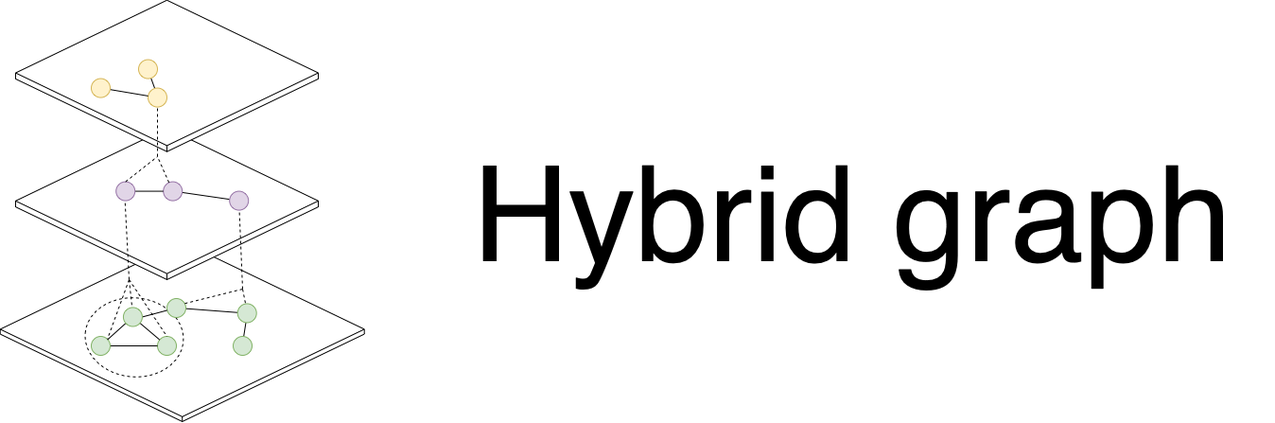
Zehui127/hybrid-graph-benchmark keeps this draw.io diagram as img/title.png. Above is the earlier version. Source tidied: cells renumbered, new cells last; positions are measured from the earlier drawing's top-left corner, leaving out a move shared by most shapes.
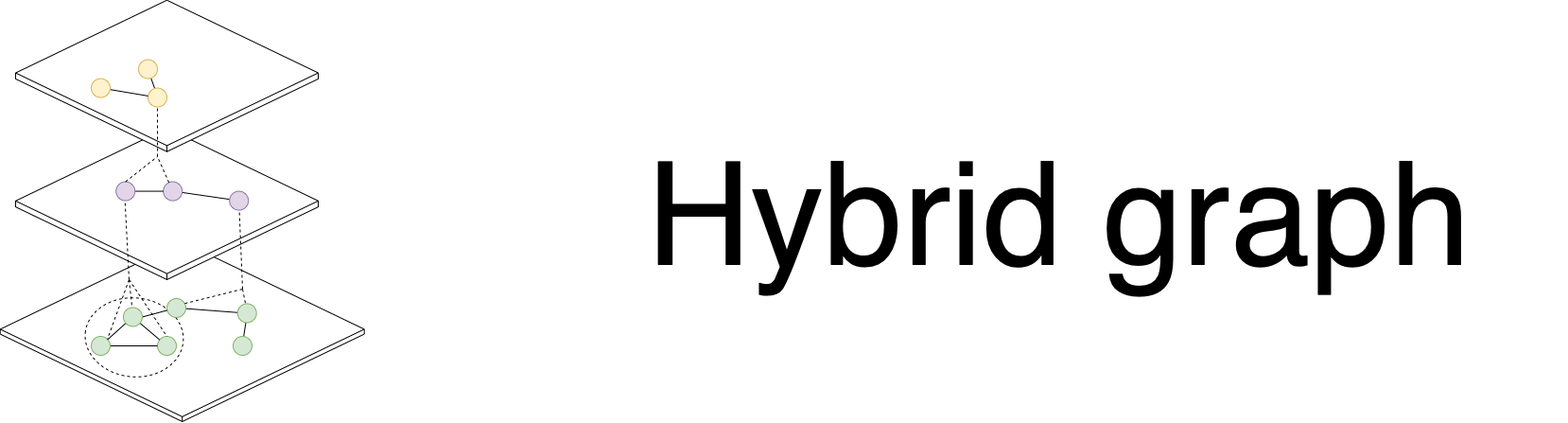
The same diagram one commit later.

Diff of the diagram source:
```diff
@@ -65,8 +65,8 @@
     <mxCell id="22" style="ellipse;whiteSpace=wrap;html=1;fillColor=#e1d5e7;strokeColor=#9673a6;" parent="1" vertex="1">
       <mxGeometry x="122.2" y="191.6" width="20" height="20" as="geometry" />
     </mxCell>
-    <mxCell id="23" value="&lt;font style=&quot;font-size: 140px;&quot;&gt;Hybrid graph&amp;nbsp;&lt;/font&gt;" style="text;html=1;strokeColor=none;fillColor=none;align=center;verticalAlign=middle;whiteSpace=wrap;rounded=0;" parent="1" vertex="1">
-      <mxGeometry x="496" y="211.6" width="850" height="30" as="geometry" />
+    <mxCell id="23" value="&lt;font style=&quot;font-size: 152px;&quot;&gt;Hybrid graph&amp;nbsp;&lt;/font&gt;" style="text;html=1;strokeColor=none;fillColor=none;align=center;verticalAlign=middle;whiteSpace=wrap;rounded=0;" parent="1" vertex="1">
+      <mxGeometry x="626" y="211.6" width="1030" height="30" as="geometry" />
     </mxCell>
     <mxCell id="24" style="rounded=0;jettySize=auto;html=1;endArrow=none;endFill=0;" parent="1" edge="1" source="25" target="28">
       <mxGeometry relative="1" as="geometry" />
```
